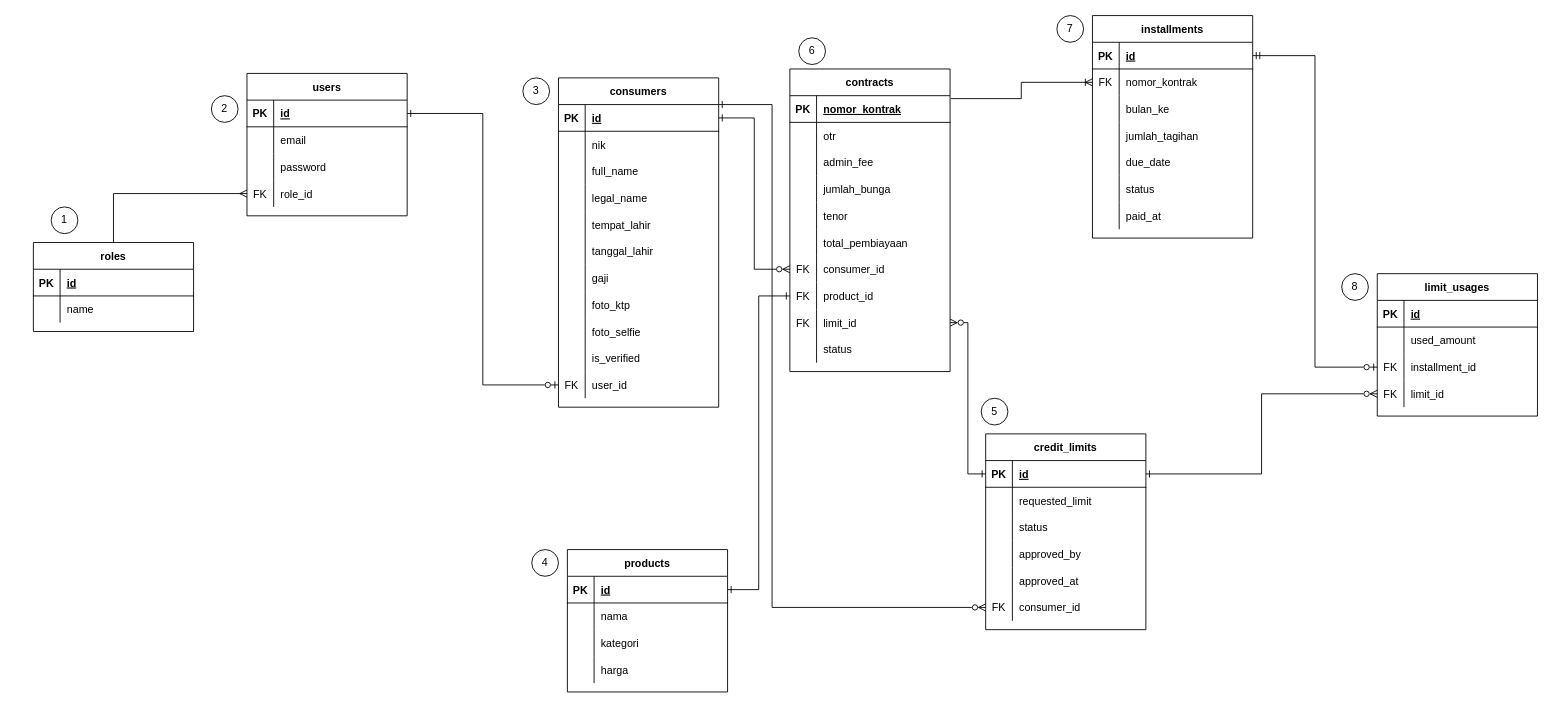
Earlier version of the draw.io diagram page "ERD" (2 of 7) of docs/docs.drawio (skyespirates/sikmatek). Source tidied: cells renumbered, new cells numbered last; positions are measured from the earlier drawing's top-left corner, leaving out a move shared by most shapes. Both pictures are drawn from the tidied source at 89%, with x=0, y=0 at pixel (33, 15).
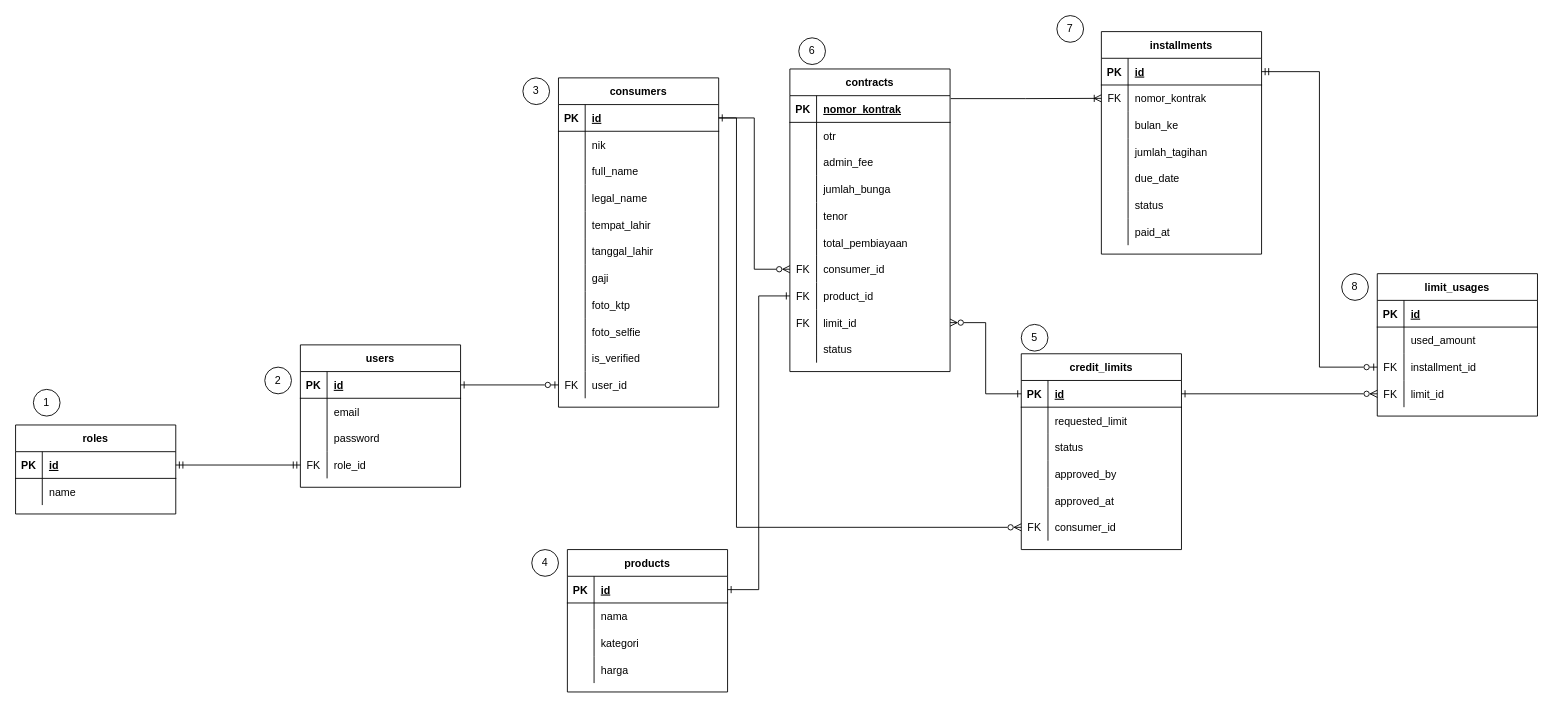
After the change.

The change refers to these unchanged cells:
```xml
<mxCell id="3" style="shape=partialRectangle;fillColor=none;top=0;left=0;bottom=1;right=0;points=[[0,0.5],[1,0.5]];portConstraint=eastwest;" parent="2" vertex="1">
  <mxGeometry y="30" width="180" height="30" as="geometry" />
</mxCell>
<mxCell id="52" style="shape=partialRectangle;fillColor=none;top=0;left=0;bottom=0;right=0;points=[[0,0.5],[1,0.5]];portConstraint=eastwest;" parent="36" vertex="1">
  <mxGeometry y="180" width="180" height="30" as="geometry" />
</mxCell>
<mxCell id="144" style="shape=partialRectangle;fillColor=none;top=0;left=0;bottom=0;right=0;points=[[0,0.5],[1,0.5]];portConstraint=eastwest;" parent="134" vertex="1">
  <mxGeometry y="120" width="180" height="30" as="geometry" />
</mxCell>
<mxCell id="149" style="shape=partialRectangle;fillColor=none;top=0;left=0;bottom=1;right=0;points=[[0,0.5],[1,0.5]];portConstraint=eastwest;" parent="148" vertex="1">
  <mxGeometry y="30" width="180" height="30" as="geometry" />
</mxCell>
```

The edit, as a diff of the source:
```diff
@@
     <mxCell id="36" value="credit_limits" style="shape=table;startSize=30;childLayout=tableLayout;rowLines=0;fontStyle=1;align=center;" parent="1" vertex="1">
-      <mxGeometry x="1070" y="470" width="180" height="220" as="geometry" />
+      <mxGeometry x="1110" y="380" width="180" height="220" as="geometry" />
     </mxCell>
@@
     <mxCell id="99" value="installments" style="shape=table;startSize=30;childLayout=tableLayout;rowLines=0;fontStyle=1;align=center;" parent="1" vertex="1">
-      <mxGeometry x="1190" width="180" height="250" as="geometry" />
+      <mxGeometry x="1200" y="18" width="180" height="250" as="geometry" />
     </mxCell>
@@
     <mxCell id="134" value="users" style="shape=table;startSize=30;childLayout=tableLayout;rowLines=0;fontStyle=1;align=center;" parent="1" vertex="1">
-      <mxGeometry x="240" y="65" width="180" height="160" as="geometry" />
+      <mxGeometry x="300" y="370" width="180" height="160" as="geometry" />
     </mxCell>
@@
-    <mxCell id="147" style="edgeStyle=orthogonalEdgeStyle;rounded=0;jettySize=auto;html=1;entryX=0;entryY=0.5;entryDx=0;entryDy=0;endArrow=ERmany;endFill=0;" parent="1" edge="1" source="148" target="144">
-      <mxGeometry relative="1" as="geometry" />
-    </mxCell>
     <mxCell id="148" value="roles" style="shape=table;startSize=30;childLayout=tableLayout;rowLines=0;fontStyle=1;align=center;" parent="1" vertex="1">
-      <mxGeometry y="255" width="180" height="100" as="geometry" />
+      <mxGeometry x="-20" y="460" width="180" height="100" as="geometry" />
     </mxCell>
@@
     <mxCell id="160" value="1" style="ellipse;whiteSpace=wrap;html=1;" parent="1" vertex="1">
-      <mxGeometry x="20" y="215" width="30" height="30" as="geometry" />
+      <mxGeometry y="420" width="30" height="30" as="geometry" />
     </mxCell>
@@
     <mxCell id="162" value="2" style="ellipse;whiteSpace=wrap;html=1;" parent="1" vertex="1">
-      <mxGeometry x="200" y="90" width="30" height="30" as="geometry" />
+      <mxGeometry x="260" y="395" width="30" height="30" as="geometry" />
     </mxCell>
@@
     <mxCell id="165" value="5" style="ellipse;whiteSpace=wrap;html=1;" parent="1" vertex="1">
-      <mxGeometry x="1065" y="430" width="30" height="30" as="geometry" />
+      <mxGeometry x="1110" y="347" width="30" height="30" as="geometry" />
     </mxCell>
@@
-    <mxCell id="168" style="edgeStyle=orthogonalEdgeStyle;rounded=0;jettySize=auto;html=1;entryX=0;entryY=0.5;entryDx=0;entryDy=0;endArrow=ERzeroToMany;endFill=0;startArrow=ERone;startFill=0;" parent="1" edge="1" source="3" target="52">
-      <mxGeometry relative="1" as="geometry">
-        <Array as="points">
-          <mxPoint x="830" y="100" />
-          <mxPoint x="830" y="665" />
-        </Array>
-      </mxGeometry>
-    </mxCell>
@@
+    <mxCell id="168" style="edgeStyle=orthogonalEdgeStyle;rounded=0;jettySize=auto;html=1;endArrow=ERzeroToMany;endFill=0;" parent="1" edge="1" source="3" target="52">
+      <mxGeometry relative="1" as="geometry">
+        <Array as="points">
+          <mxPoint x="790" y="115" />
+          <mxPoint x="790" y="575" />
+        </Array>
+      </mxGeometry>
+    </mxCell>
+    <mxCell id="171" style="edgeStyle=orthogonalEdgeStyle;rounded=0;jettySize=auto;html=1;entryX=0;entryY=0.5;entryDx=0;entryDy=0;endArrow=ERmandOne;endFill=0;startArrow=ERmandOne;startFill=0;" parent="1" edge="1" source="149" target="144">
+      <mxGeometry relative="1" as="geometry" />
+    </mxCell>
```
